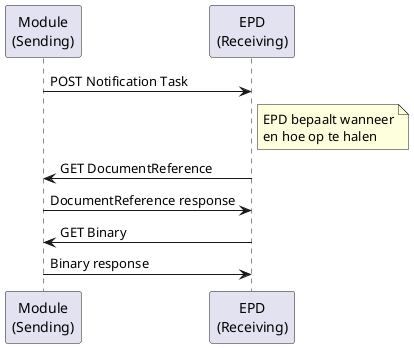
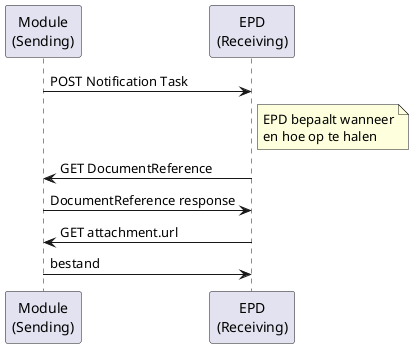
@startuml documenten-delen-notified-pull

participant "Module\n(Sending)" as Module
participant "EPD\n(Receiving)" as EPD

Module -> EPD : POST Notification Task
note right of EPD : EPD bepaalt wanneer\nen hoe op te halen
EPD -> Module : GET DocumentReference
Module -> EPD : DocumentReference response
- EPD -> Module : GET Binary
- Module -> EPD : Binary response
+ EPD -> Module : GET attachment.url
+ Module -> EPD : bestand

@enduml
